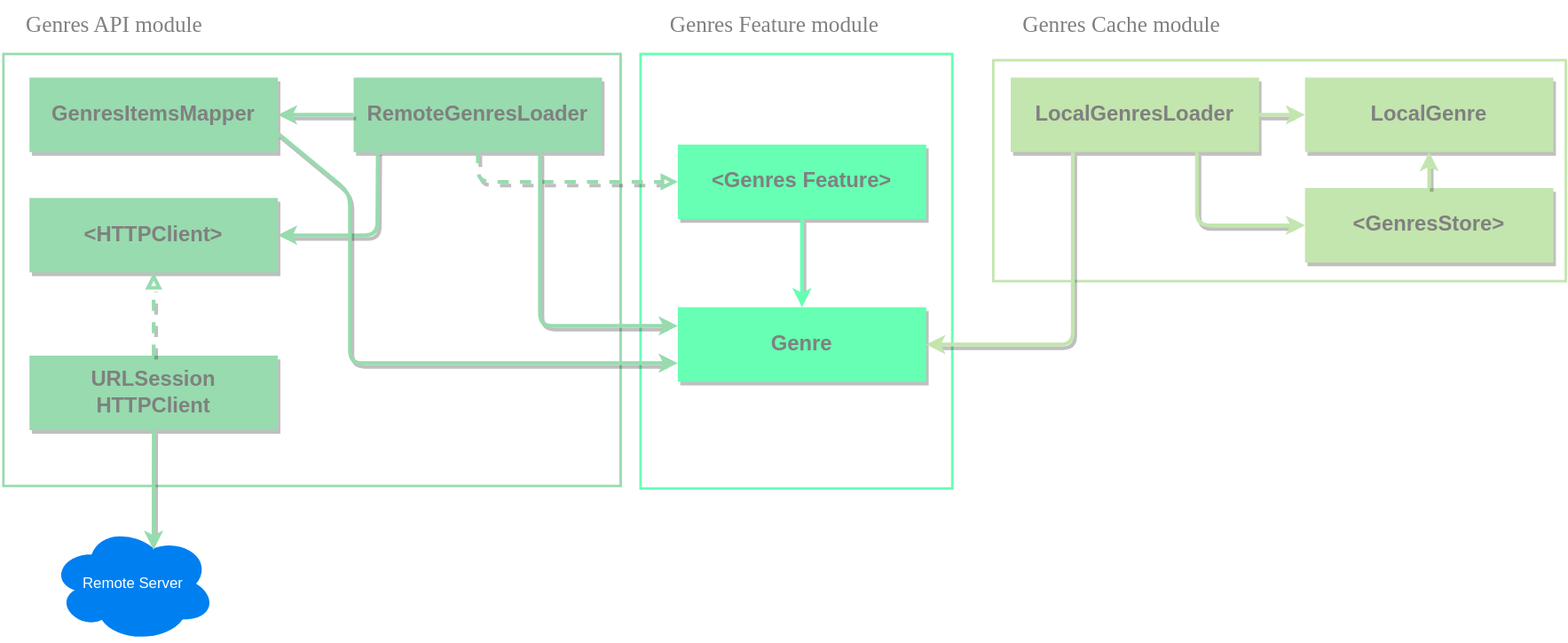
Earlier version of the draw.io export Podcasts Genres List/Genres List UI/dependency.drawio.svg (alexnikol/AnyCast). Source tidied: cells renumbered, new cells last; positions are measured from the earlier drawing's top-left corner, leaving out a move shared by most shapes.
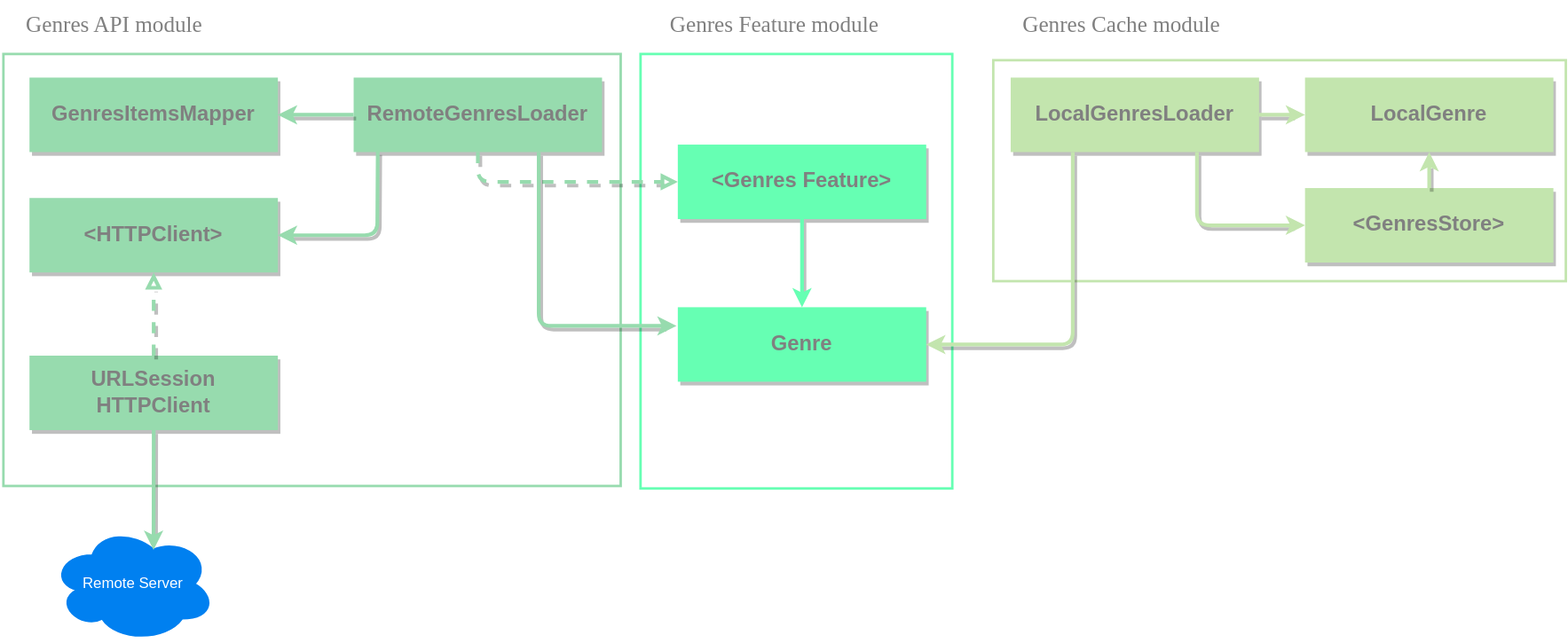
The same diagram one commit later.

Commit message:
Added `RemoteGenre` for decoupling `GenresItemsMapper` from domain `Genre` model

Diff of the diagram source:
```diff
@@ -89,21 +89,15 @@
     <mxCell id="24" style="edgeStyle=none;html=1;exitX=0.5;exitY=1;exitDx=0;exitDy=0;fontSize=17;fontColor=#999900;strokeColor=#66FFB3;fillColor=#a20025;strokeWidth=3;shadow=1;entryX=0.5;entryY=0;entryDx=0;entryDy=0;" parent="1" edge="1" source="8" target="23">
       <mxGeometry relative="1" as="geometry" />
     </mxCell>
-    <mxCell id="25" style="edgeStyle=none;html=1;exitX=0.75;exitY=1;exitDx=0;exitDy=0;fontSize=17;fontColor=#999900;strokeColor=#97DBAE;fillColor=#a20025;strokeWidth=3;shadow=1;entryX=0;entryY=0.25;entryDx=0;entryDy=0;" parent="1" edge="1" source="10" target="23">
+    <mxCell id="25" style="edgeStyle=none;html=1;exitX=0.75;exitY=1;exitDx=0;exitDy=0;fontSize=17;fontColor=#999900;strokeColor=#97DBAE;fillColor=#a20025;strokeWidth=3;shadow=1;entryX=0;entryY=0.25;entryDx=0;entryDy=0;" parent="1" edge="1">
       <mxGeometry relative="1" as="geometry">
+        <mxPoint x="433" y="122" as="sourcePoint" />
+        <mxPoint x="544" y="262" as="targetPoint" />
         <Array as="points">
-          <mxPoint x="434" y="262" />
+          <mxPoint x="433" y="262" />
         </Array>
       </mxGeometry>
     </mxCell>
-    <mxCell id="26" style="edgeStyle=none;html=1;exitX=1;exitY=0.75;exitDx=0;exitDy=0;fontSize=17;fontColor=#999900;strokeColor=#97DBAE;fillColor=#a20025;strokeWidth=3;shadow=1;entryX=0;entryY=0.75;entryDx=0;entryDy=0;" parent="1" edge="1" source="9" target="23">
-      <mxGeometry relative="1" as="geometry">
-        <Array as="points">
-          <mxPoint x="281" y="155" />
-          <mxPoint x="281" y="292" />
-        </Array>
-      </mxGeometry>
-    </mxCell>
     <mxCell id="27" style="edgeStyle=none;html=1;exitX=0.25;exitY=1;exitDx=0;exitDy=0;fontSize=17;fontColor=#999900;strokeColor=#C3E5AE;fillColor=#a20025;strokeWidth=3;shadow=1;entryX=1;entryY=0.5;entryDx=0;entryDy=0;" parent="1" edge="1" source="20" target="23">
       <mxGeometry relative="1" as="geometry">
         <Array as="points">
```
